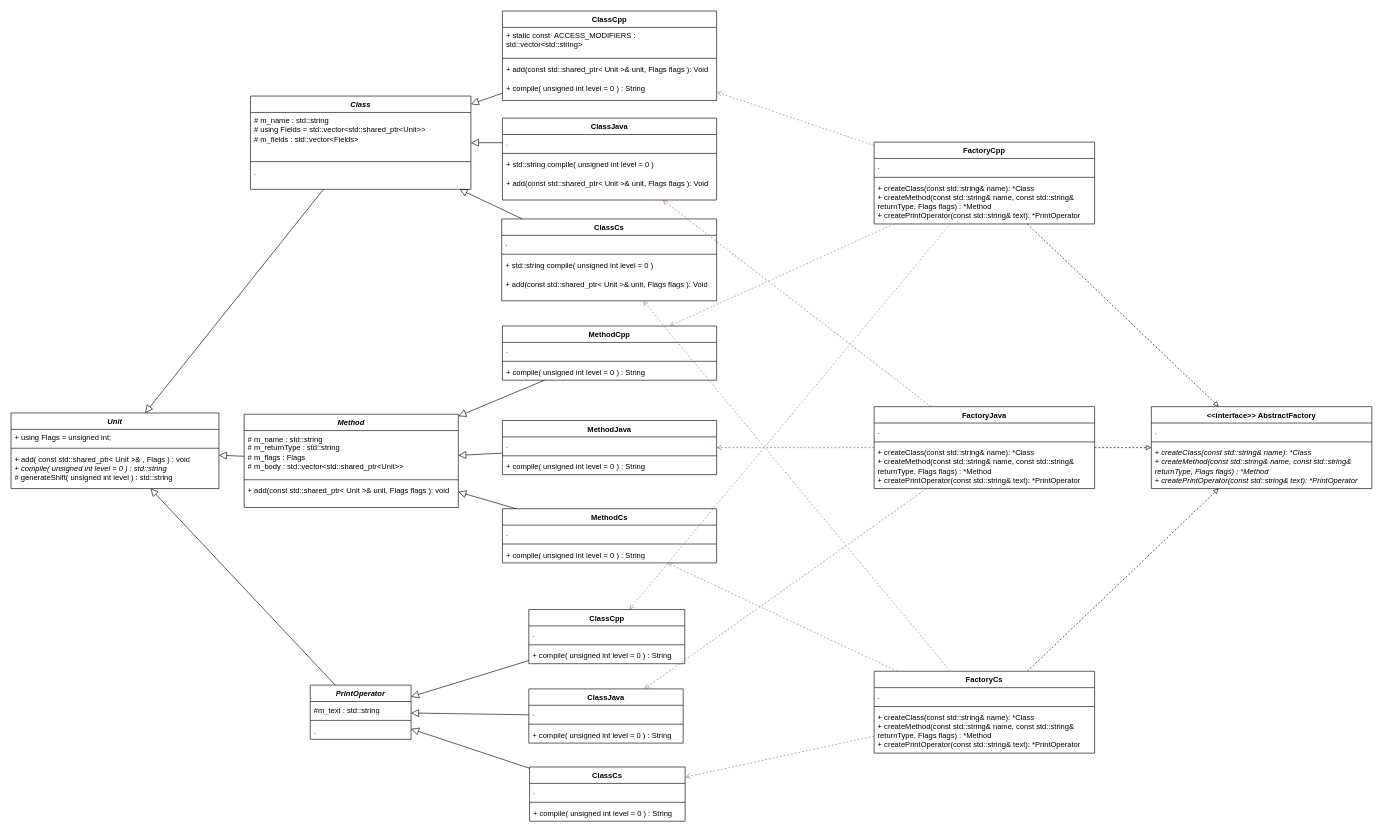
Earlier version of the draw.io diagram UML.drawio (lekksha/CodeGenerator). Source tidied: cells renumbered, new cells numbered last; positions are measured from the earlier drawing's top-left corner, leaving out a move shared by most shapes. Both pictures are drawn from the tidied source at 63%, with x=0, y=0 at pixel (11, 11).
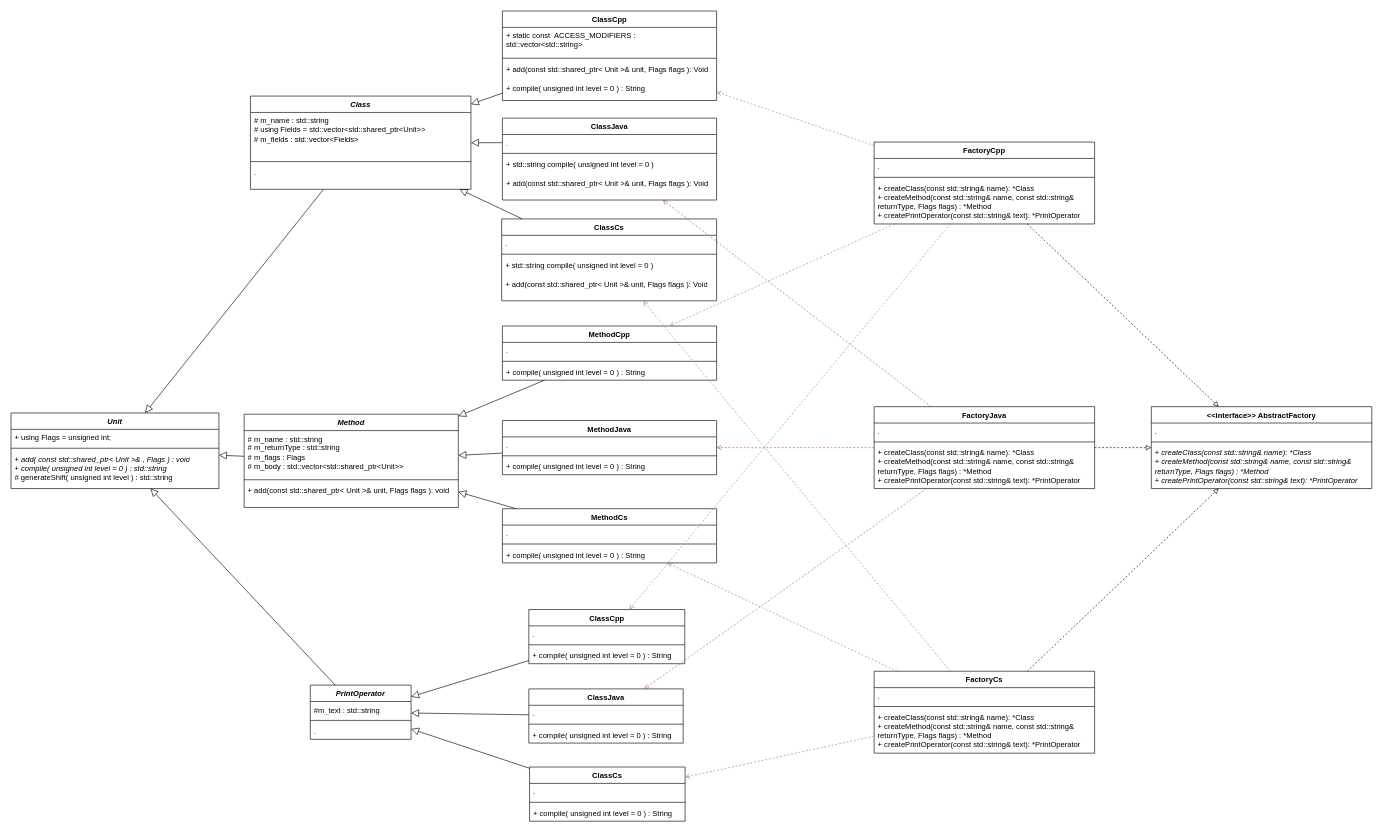
The same page after the edit.

Commit message (it also covers changes not shown here):
fix method "add" in "Unit" being non virtual in UML

The change refers to these unchanged cells:
```xml
<mxCell id="51" value="&lt;i&gt;Unit&lt;/i&gt;" style="swimlane;fontStyle=1;align=center;verticalAlign=top;horizontal=1;startSize=26;whiteSpace=wrap;html=1;" parent="1" vertex="1">
  <mxGeometry y="638" width="330" height="120" as="geometry" />
</mxCell>
```

The edit, as a diff of the source:
```diff
@@
-    <mxCell id="54" value="+ add( const std::shared_ptr&amp;lt; Unit &amp;gt;&amp;amp; , Flags ) : void&lt;br&gt;+ &lt;i&gt;compile( unsigned int level = 0 ) : std::string&lt;/i&gt;&lt;br&gt;# generateShift( unsigned int level ) : std::string" style="text;strokeColor=none;fillColor=none;align=left;verticalAlign=top;spacingLeft=4;spacingRight=4;overflow=hidden;whiteSpace=wrap;html=1;" parent="51" vertex="1">
+    <mxCell id="54" value="+ &lt;i&gt;add( const std::shared_ptr&amp;lt; Unit &amp;gt;&amp;amp; , Flags ) : void&lt;/i&gt;&lt;br&gt;+ &lt;i&gt;compile( unsigned int level = 0 ) : std::string&lt;/i&gt;&lt;br&gt;# generateShift( unsigned int level ) : std::string" style="text;strokeColor=none;fillColor=none;align=left;verticalAlign=top;spacingLeft=4;spacingRight=4;overflow=hidden;whiteSpace=wrap;html=1;" parent="51" vertex="1">
       <mxGeometry y="60" width="330" height="60" as="geometry" />
     </mxCell>
```
